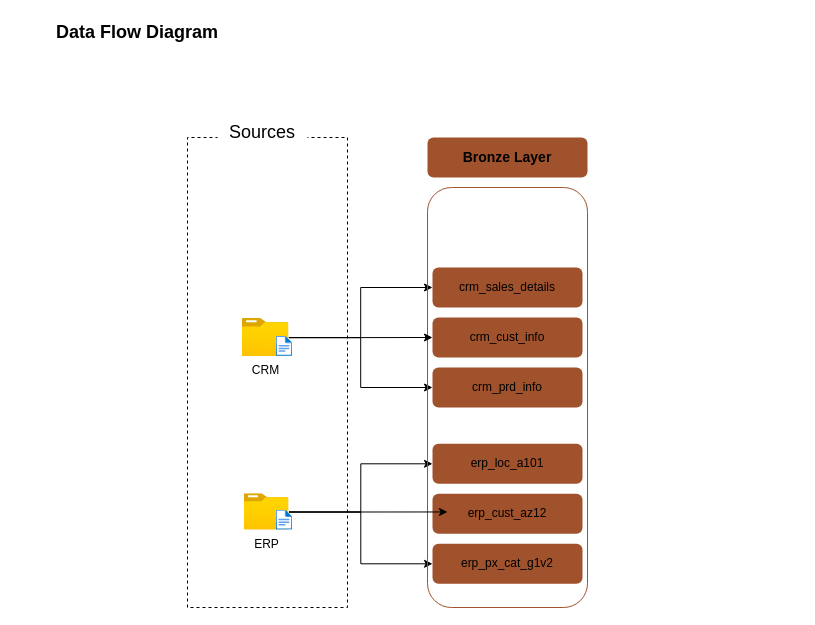
Above: page "Data Flow" (2 of 3) of DWH_Diagrams.drawio in Kerollos-A/sql-data-warehouse-project (draw.io), before the change. Source tidied: cells renumbered, new cells numbered last; positions are measured from the earlier drawing's top-left corner, leaving out a move shared by most shapes. Both pictures are drawn from the tidied source at 100%, with x=0, y=0 at pixel (17, 17).
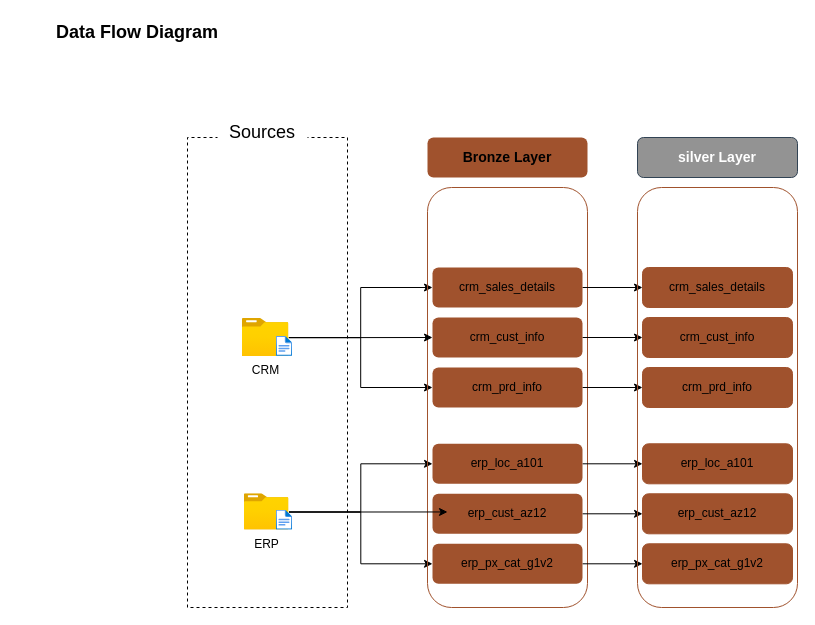
After the change.

Commit message (it also covers changes not shown here):
Refactor Silver layer ETL and add data quality validation

Unchanged cells that the change refers to:
```xml
<mxCell id="15" value="crm_cust_info" style="rounded=1;whiteSpace=wrap;html=1;fillColor=light-dark(#A0522D,#AA5C3E);strokeColor=none;" parent="1" vertex="1">
  <mxGeometry x="415" y="300" width="150" height="40" as="geometry" />
</mxCell>
<mxCell id="16" value="crm_sales_details" style="rounded=1;whiteSpace=wrap;html=1;fillColor=light-dark(#A0522D,#AA5C3E);strokeColor=none;" parent="1" vertex="1">
  <mxGeometry x="415" y="250" width="150" height="40" as="geometry" />
</mxCell>
<mxCell id="17" value="crm_prd_info" style="rounded=1;whiteSpace=wrap;html=1;fillColor=light-dark(#A0522D,#AA5C3E);strokeColor=none;" parent="1" vertex="1">
  <mxGeometry x="415" y="350" width="150" height="40" as="geometry" />
</mxCell>
<mxCell id="19" value="erp_cust_az12" style="rounded=1;whiteSpace=wrap;html=1;fillColor=light-dark(#A0522D,#AA5C3E);strokeColor=none;" parent="1" vertex="1">
  <mxGeometry x="415" y="476.3" width="150" height="40" as="geometry" />
</mxCell>
<mxCell id="20" value="erp_loc_a101" style="rounded=1;whiteSpace=wrap;html=1;fillColor=light-dark(#A0522D,#AA5C3E);strokeColor=none;" parent="1" vertex="1">
  <mxGeometry x="415" y="426.3" width="150" height="40" as="geometry" />
</mxCell>
<mxCell id="21" value="erp_px_cat_g1v2" style="rounded=1;whiteSpace=wrap;html=1;fillColor=light-dark(#A0522D,#AA5C3E);strokeColor=none;" parent="1" vertex="1">
  <mxGeometry x="415" y="526.3" width="150" height="40" as="geometry" />
</mxCell>
```

What changed in the source:
```diff
@@
+    <mxCell id="23" style="edgeStyle=orthogonalEdgeStyle;rounded=0;jettySize=auto;html=1;" parent="1" edge="1" source="15" target="31">
+      <mxGeometry relative="1" as="geometry" />
+    </mxCell>
@@
+    <mxCell id="24" style="edgeStyle=orthogonalEdgeStyle;rounded=0;jettySize=auto;html=1;" parent="1" edge="1" source="16" target="32">
+      <mxGeometry relative="1" as="geometry" />
+    </mxCell>
@@
+    <mxCell id="25" style="edgeStyle=orthogonalEdgeStyle;rounded=0;jettySize=auto;html=1;" parent="1" edge="1" source="17" target="33">
+      <mxGeometry relative="1" as="geometry" />
+    </mxCell>
@@
+    <mxCell id="26" style="edgeStyle=orthogonalEdgeStyle;rounded=0;jettySize=auto;html=1;" parent="1" edge="1" source="19" target="34">
+      <mxGeometry relative="1" as="geometry" />
+    </mxCell>
@@
+    <mxCell id="27" style="edgeStyle=orthogonalEdgeStyle;rounded=0;jettySize=auto;html=1;" parent="1" edge="1" source="20" target="35">
+      <mxGeometry relative="1" as="geometry" />
+    </mxCell>
@@
+    <mxCell id="28" style="edgeStyle=orthogonalEdgeStyle;rounded=0;jettySize=auto;html=1;" parent="1" edge="1" source="21" target="36">
+      <mxGeometry relative="1" as="geometry" />
+    </mxCell>
@@
+    <mxCell id="29" style="rounded=1;whiteSpace=wrap;html=1;direction=south;fillColor=none;strokeColor=light-dark(#A0522D,#939393);" parent="1" vertex="1">
+      <mxGeometry x="620" y="170" width="160" height="420" as="geometry" />
+    </mxCell>
+    <mxCell id="30" value="&lt;font style=&quot;font-size: 14px;&quot;&gt;&lt;b&gt;silver Layer&lt;/b&gt;&lt;/font&gt;" style="rounded=1;whiteSpace=wrap;html=1;fillColor=#939393;strokeColor=#314354;fontColor=#ffffff;" parent="1" vertex="1">
+      <mxGeometry x="620" y="120" width="160" height="40" as="geometry" />
+    </mxCell>
+    <mxCell id="31" value="crm_cust_info" style="rounded=1;whiteSpace=wrap;html=1;fillColor=light-dark(#A0522D,#939393);strokeColor=light-dark(#A0522D,#939393);" parent="1" vertex="1">
+      <mxGeometry x="625" y="300" width="150" height="40" as="geometry" />
+    </mxCell>
+    <mxCell id="32" value="crm_sales_details" style="rounded=1;whiteSpace=wrap;html=1;fillColor=light-dark(#A0522D,#939393);strokeColor=light-dark(#A0522D,#939393);" parent="1" vertex="1">
+      <mxGeometry x="625" y="250" width="150" height="40" as="geometry" />
+    </mxCell>
+    <mxCell id="33" value="crm_prd_info" style="rounded=1;whiteSpace=wrap;html=1;fillColor=light-dark(#A0522D,#939393);strokeColor=light-dark(#A0522D,#939393);" parent="1" vertex="1">
+      <mxGeometry x="625" y="350" width="150" height="40" as="geometry" />
+    </mxCell>
+    <mxCell id="34" value="erp_cust_az12" style="rounded=1;whiteSpace=wrap;html=1;fillColor=light-dark(#A0522D,#939393);strokeColor=light-dark(#A0522D,#939393);" parent="1" vertex="1">
+      <mxGeometry x="625" y="476.3" width="150" height="40" as="geometry" />
+    </mxCell>
+    <mxCell id="35" value="erp_loc_a101" style="rounded=1;whiteSpace=wrap;html=1;fillColor=light-dark(#A0522D,#939393);strokeColor=light-dark(#A0522D,#939393);" parent="1" vertex="1">
+      <mxGeometry x="625" y="426.3" width="150" height="40" as="geometry" />
+    </mxCell>
+    <mxCell id="36" value="erp_px_cat_g1v2" style="rounded=1;whiteSpace=wrap;html=1;fillColor=light-dark(#A0522D,#939393);strokeColor=light-dark(#A0522D,#939393);" parent="1" vertex="1">
+      <mxGeometry x="625" y="526.3" width="150" height="40" as="geometry" />
+    </mxCell>
```
